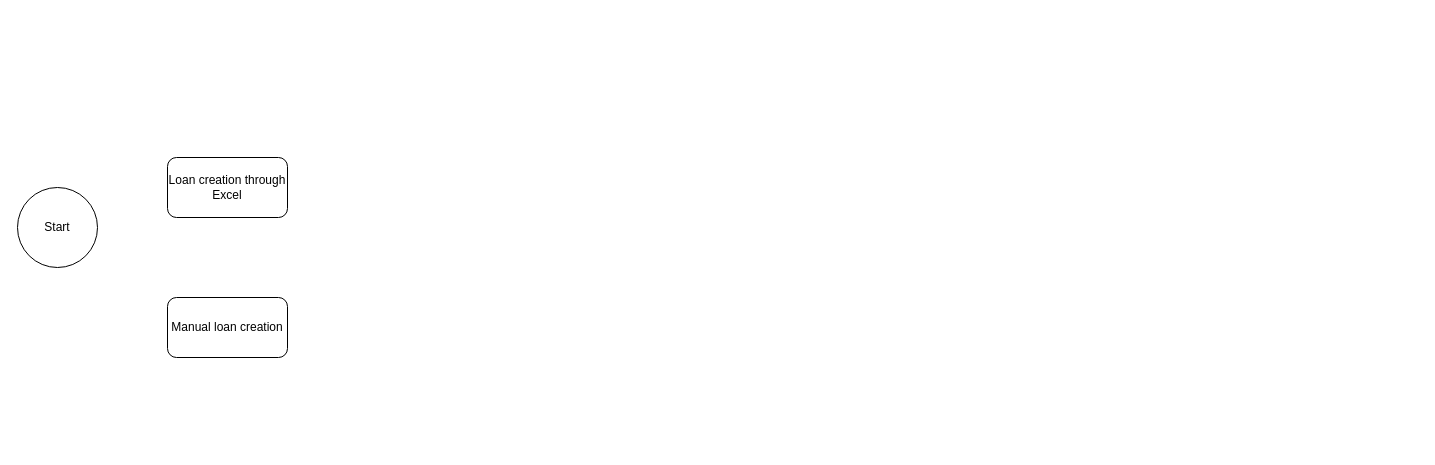
Before: Toorak Duplicate Loans Creation Flow Diagram.drawio in MohammedFazuluddin/test, a draw.io diagram. Source tidied: cells renumbered, new cells numbered last; positions are measured from the earlier drawing's top-left corner, leaving out a move shared by most shapes. Both pictures are drawn from the tidied source at 100%, with x=0, y=0 at pixel (17, 157).
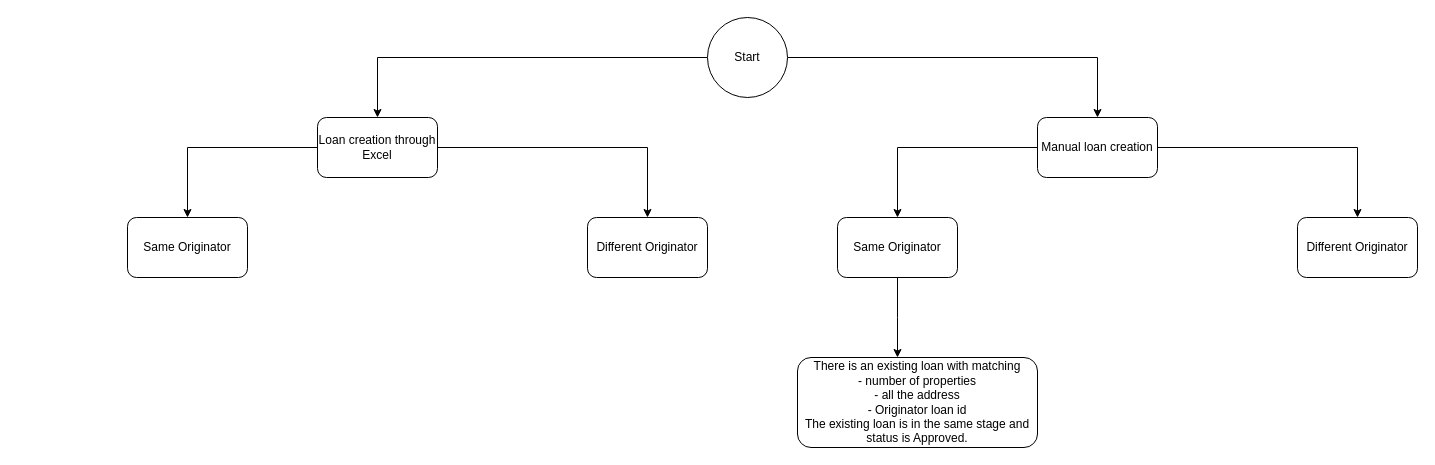
The same page after the edit.

What changed in the source:
```diff
@@
 <mxGraphModel>
   <root>
     <mxCell id="0" />
     <mxCell id="1" parent="0" />
+    <mxCell id="5" style="edgeStyle=orthogonalEdgeStyle;rounded=0;jettySize=auto;html=1;entryX=0.5;entryY=0;entryDx=0;entryDy=0;" parent="1" edge="1" source="2" target="3">
+      <mxGeometry relative="1" as="geometry" />
+    </mxCell>
+    <mxCell id="6" style="edgeStyle=orthogonalEdgeStyle;rounded=0;jettySize=auto;html=1;entryX=0.5;entryY=0;entryDx=0;entryDy=0;" parent="1" edge="1" source="2" target="4">
+      <mxGeometry relative="1" as="geometry" />
+    </mxCell>
     <mxCell id="2" value="Start" style="ellipse;whiteSpace=wrap;html=1;" parent="1" vertex="1">
-      <mxGeometry y="30" width="80" height="80" as="geometry" />
+      <mxGeometry x="690" y="-140" width="80" height="80" as="geometry" />
     </mxCell>
+    <mxCell id="7" style="edgeStyle=orthogonalEdgeStyle;rounded=0;jettySize=auto;html=1;entryX=0.5;entryY=0;entryDx=0;entryDy=0;" parent="1" edge="1" source="3" target="11">
+      <mxGeometry relative="1" as="geometry" />
+    </mxCell>
+    <mxCell id="8" style="edgeStyle=orthogonalEdgeStyle;rounded=0;jettySize=auto;html=1;entryX=0.5;entryY=0;entryDx=0;entryDy=0;" parent="1" edge="1" source="3" target="12">
+      <mxGeometry relative="1" as="geometry" />
+    </mxCell>
     <mxCell id="3" value="Loan creation through Excel" style="rounded=1;whiteSpace=wrap;html=1;" parent="1" vertex="1">
-      <mxGeometry x="150" width="120" height="60" as="geometry" />
+      <mxGeometry x="300" y="-40" width="120" height="60" as="geometry" />
     </mxCell>
+    <mxCell id="9" style="edgeStyle=orthogonalEdgeStyle;rounded=0;jettySize=auto;html=1;entryX=0.5;entryY=0;entryDx=0;entryDy=0;" parent="1" edge="1" source="4" target="14">
+      <mxGeometry relative="1" as="geometry" />
+    </mxCell>
+    <mxCell id="10" style="edgeStyle=orthogonalEdgeStyle;rounded=0;jettySize=auto;html=1;entryX=0.5;entryY=0;entryDx=0;entryDy=0;" parent="1" edge="1" source="4" target="15">
+      <mxGeometry relative="1" as="geometry" />
+    </mxCell>
     <mxCell id="4" value="&lt;span&gt;Manual loan creation&lt;/span&gt;" style="rounded=1;whiteSpace=wrap;html=1;" parent="1" vertex="1">
-      <mxGeometry x="150" y="140" width="120" height="60" as="geometry" />
+      <mxGeometry x="1020" y="-40" width="120" height="60" as="geometry" />
     </mxCell>
+    <mxCell id="11" value="Same Originator" style="rounded=1;whiteSpace=wrap;html=1;" parent="1" vertex="1">
+      <mxGeometry x="110" y="60" width="120" height="60" as="geometry" />
+    </mxCell>
+    <mxCell id="12" value="Different Originator" style="rounded=1;whiteSpace=wrap;html=1;" parent="1" vertex="1">
+      <mxGeometry x="570" y="60" width="120" height="60" as="geometry" />
+    </mxCell>
+    <mxCell id="13" style="edgeStyle=orthogonalEdgeStyle;rounded=0;jettySize=auto;html=1;entryX=0.5;entryY=0;entryDx=0;entryDy=0;" parent="1" edge="1" source="14">
+      <mxGeometry relative="1" as="geometry">
+        <mxPoint x="880" y="200" as="targetPoint" />
+      </mxGeometry>
+    </mxCell>
+    <mxCell id="14" value="Same Originator" style="rounded=1;whiteSpace=wrap;html=1;" parent="1" vertex="1">
+      <mxGeometry x="820" y="60" width="120" height="60" as="geometry" />
+    </mxCell>
+    <mxCell id="15" value="Different Originator" style="rounded=1;whiteSpace=wrap;html=1;" parent="1" vertex="1">
+      <mxGeometry x="1280" y="60" width="120" height="60" as="geometry" />
+    </mxCell>
+    <mxCell id="16" value="&lt;div&gt;There is an existing loan with matching&lt;/div&gt;&lt;div&gt;- number of properties&lt;/div&gt;&lt;div&gt;- all the address&lt;/div&gt;&lt;div&gt;- Originator loan id&lt;/div&gt;&lt;div&gt;The existing loan is in the same stage and status is Approved.&lt;/div&gt;" style="rounded=1;whiteSpace=wrap;html=1;" parent="1" vertex="1">
+      <mxGeometry x="780" y="200" width="240" height="90" as="geometry" />
+    </mxCell>
   </root>
 </mxGraphModel>
```
